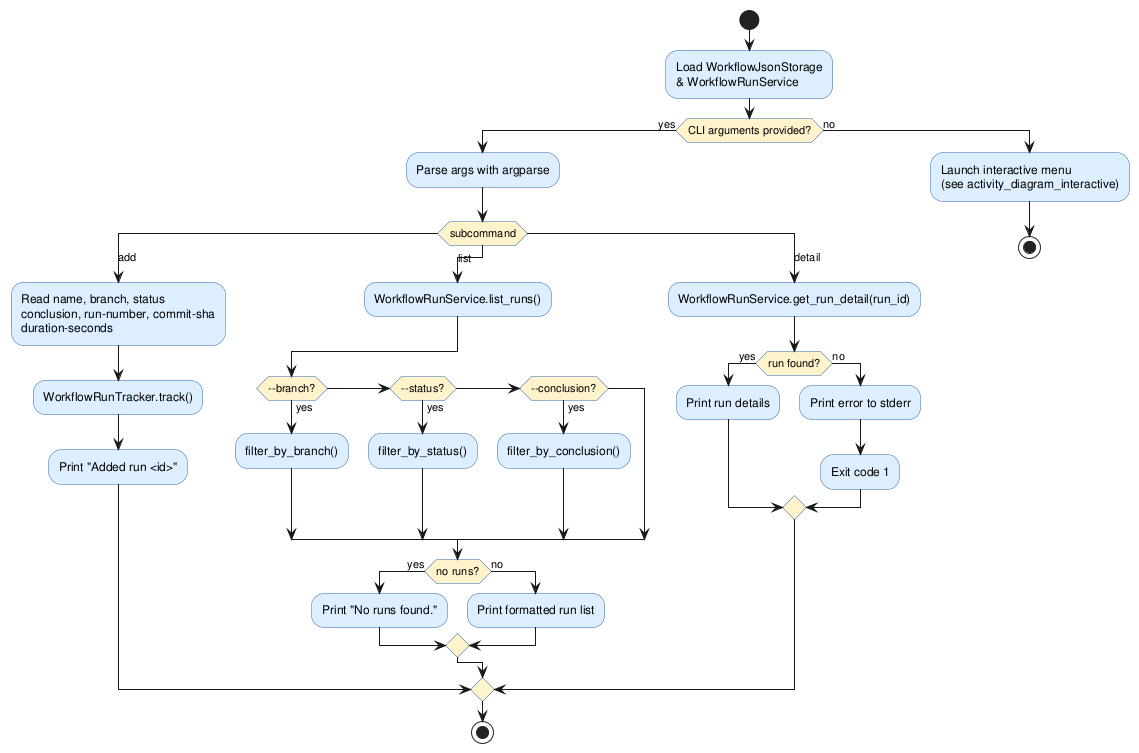
Before: experiments/supervisor_as_tools/user_stories/github-workflow-manager/artifacts/activity_diagram_main.png, a diagram exported from PlantUML (DanielRiha8906/Software_autoevolution_using_agents).
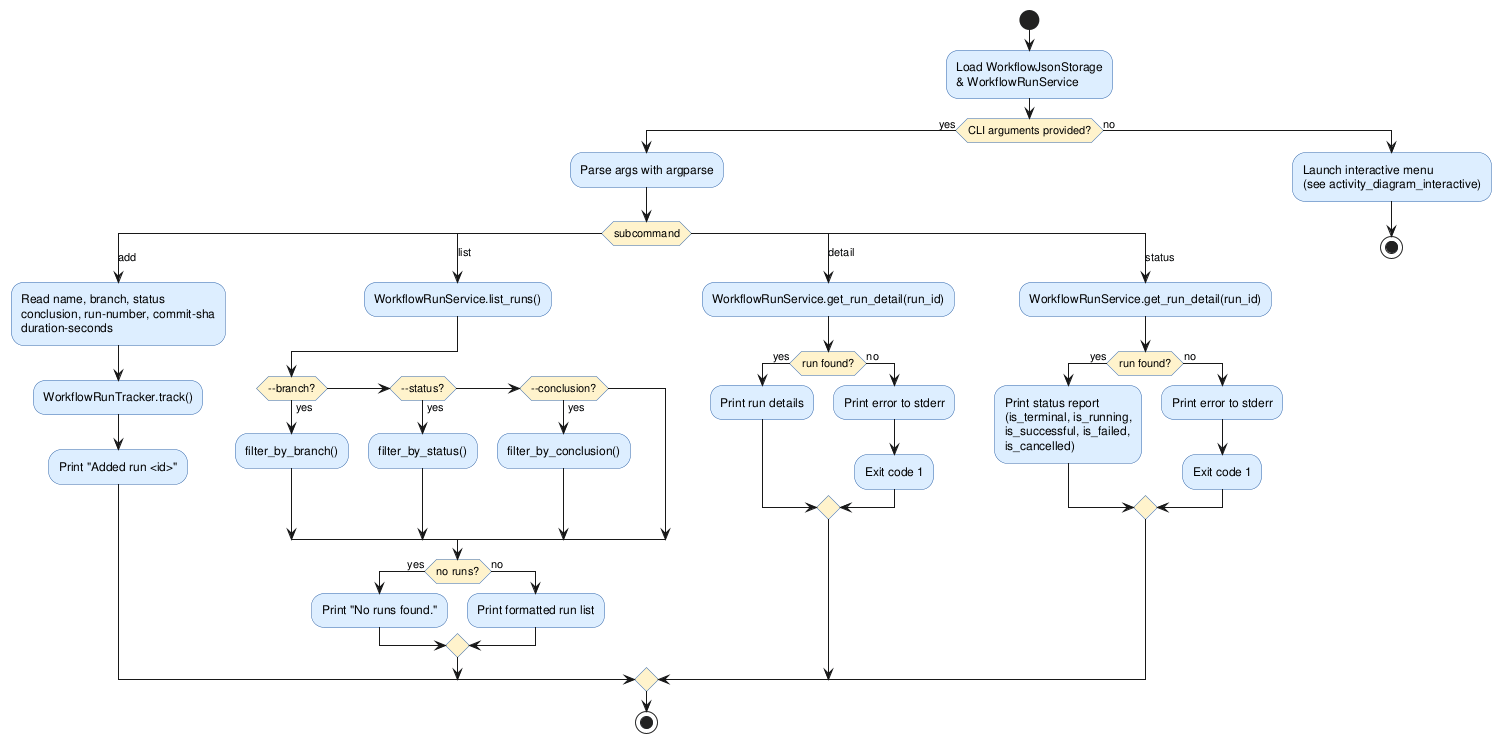
Later version of the same file.

The edit, as a diff of the source:
```diff
@@ -41,6 +41,15 @@
         :Exit code 1;
       endif
 
+    case (status)
+      :WorkflowRunService.get_run_detail(run_id);
+      if (run found?) then (yes)
+        :Print status report\n(is_terminal, is_running,\nis_successful, is_failed,\nis_cancelled);
+      else (no)
+        :Print error to stderr;
+        :Exit code 1;
+      endif
+
   endswitch
   stop
 
```
